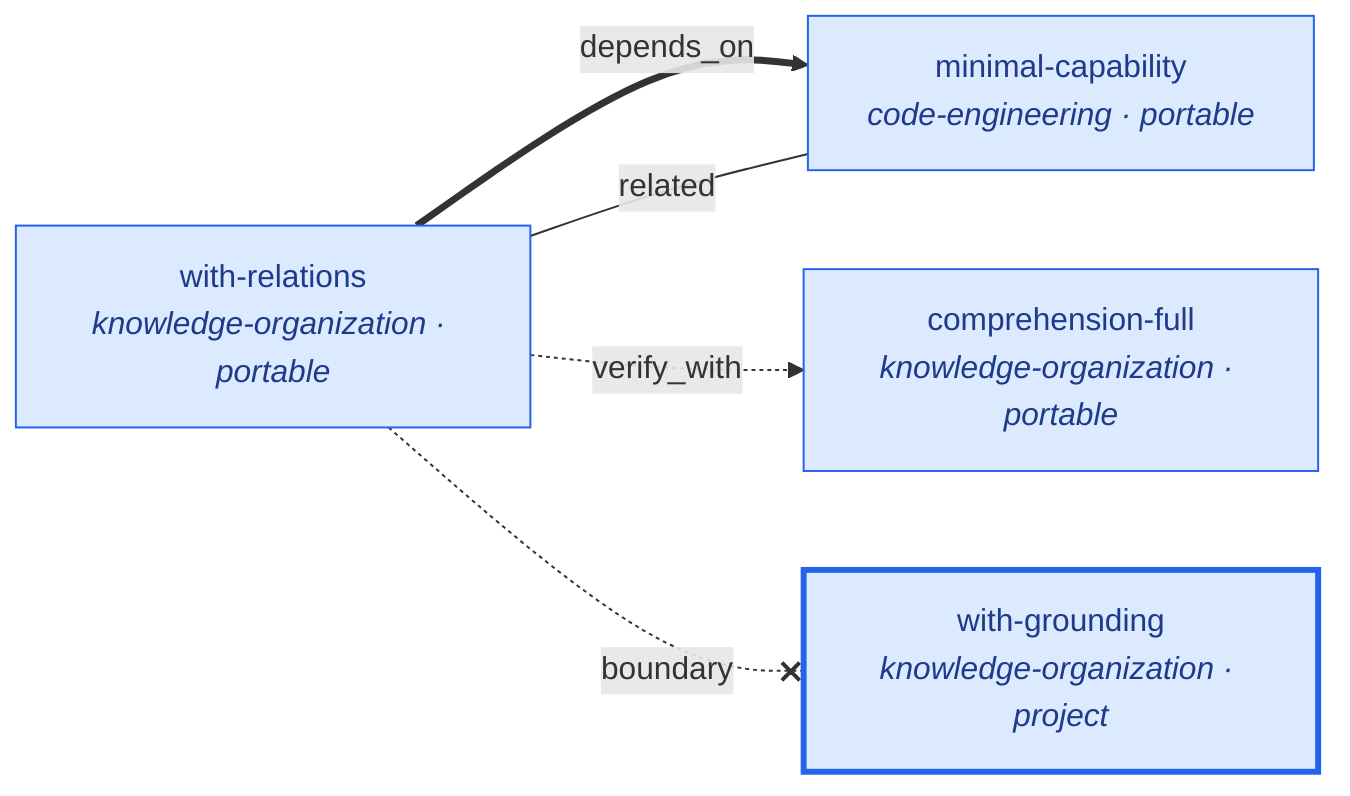
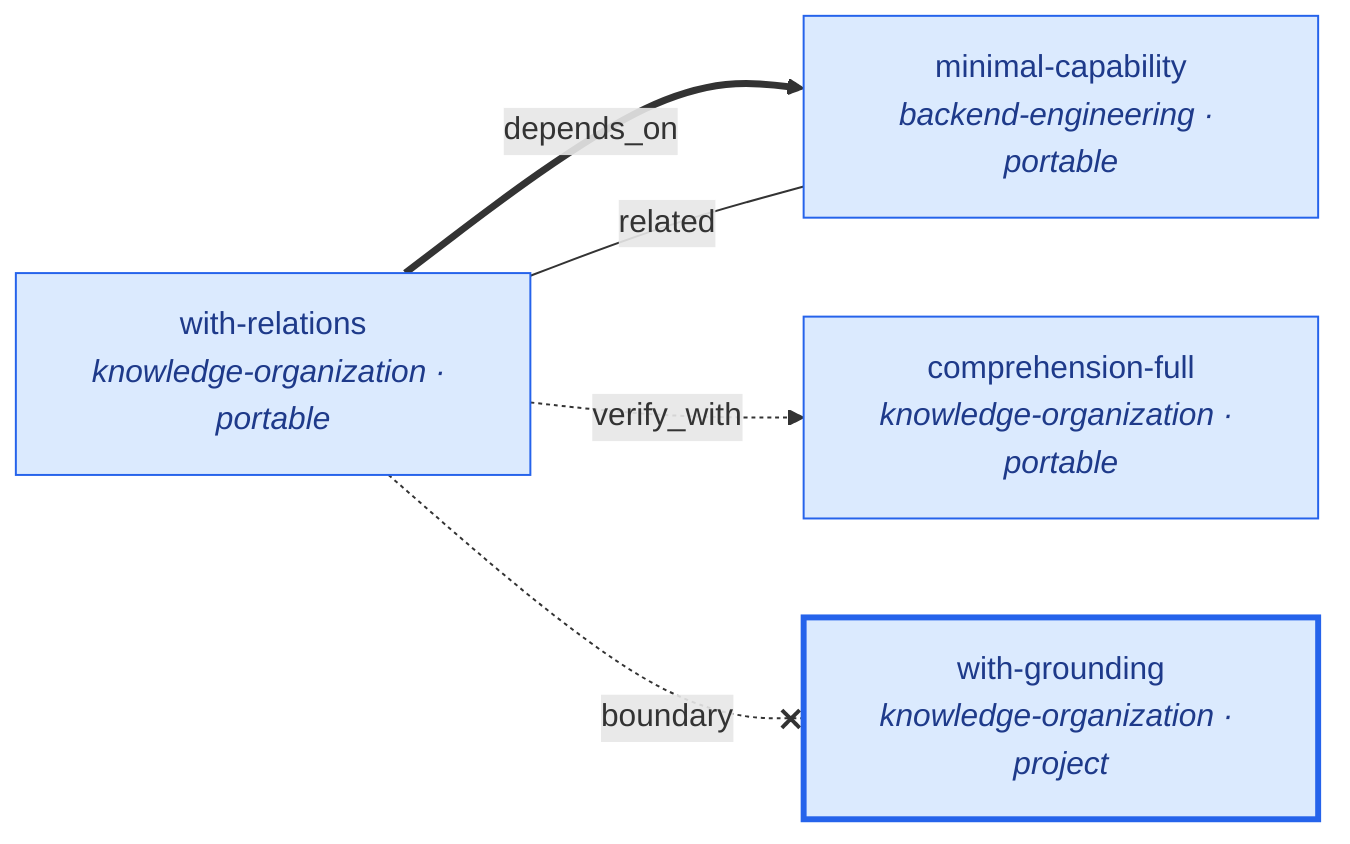
flowchart LR
-   MIN["minimal-capability<br/><i>code-engineering · portable</i>"]
+   MIN["minimal-capability<br/><i>backend-engineering · portable</i>"]
  GR["with-grounding<br/><i>knowledge-organization · project</i>"]
  REL["with-relations<br/><i>knowledge-organization · portable</i>"]
  COMP["comprehension-full<br/><i>knowledge-organization · portable</i>"]

  %% depends_on — thick solid, load-bearing
  REL ==>|depends_on| MIN

  %% verify_with — dashed, co-load for confidence
  REL -.->|verify_with| COMP

  %% related — thin, suggested co-reading
  REL ---|related| MIN

  %% boundary — red, score-aware routing exclusion
  REL -. boundary .-x GR

  classDef capability fill:#dbeafe,stroke:#2563eb,color:#1e3a8a
  classDef project stroke-width:3px
  class MIN,GR,REL,COMP capability
  class GR project
